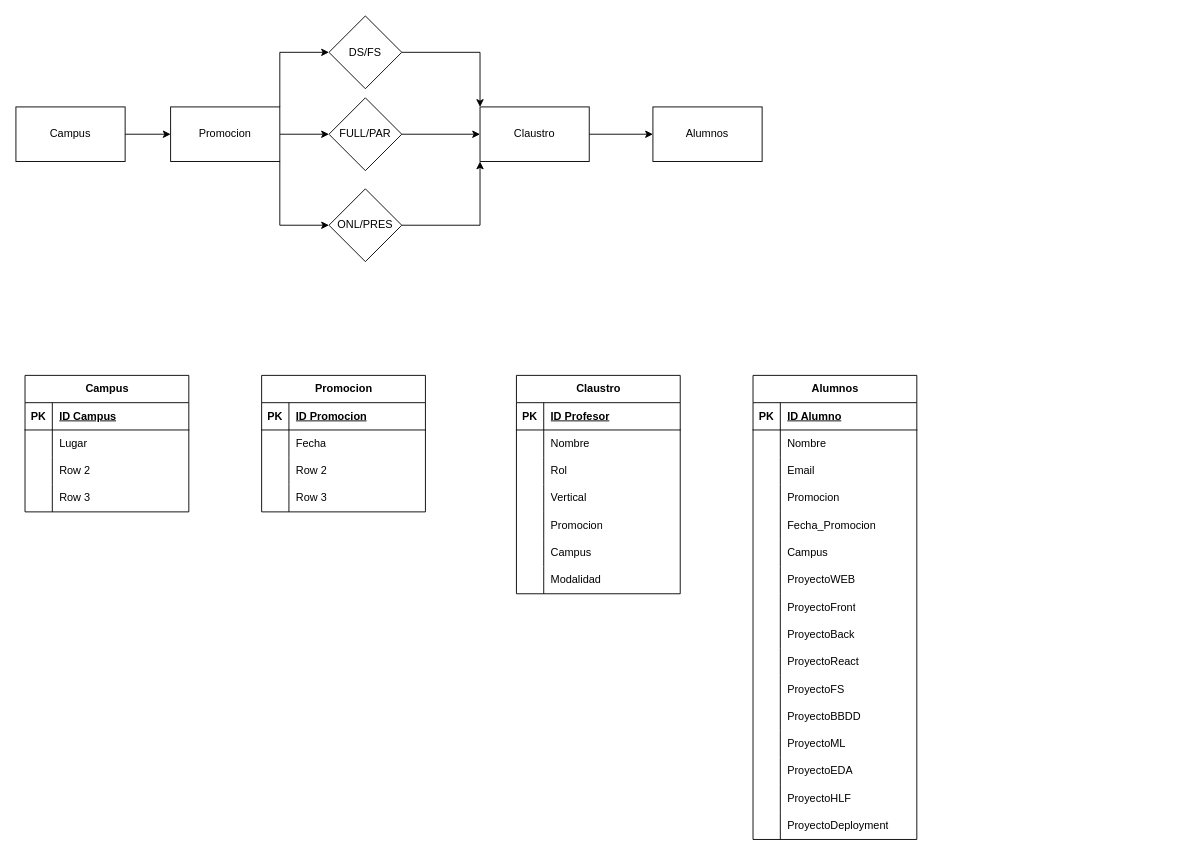
Earlier version of the draw.io diagram Diagrama sin título.drawio (jonha20/ProyectoBBDD). Source tidied: cells renumbered, new cells numbered last; positions are measured from the earlier drawing's top-left corner, leaving out a move shared by most shapes. Both pictures are drawn from the tidied source at 91%, with x=0, y=0 at pixel (15, 15).
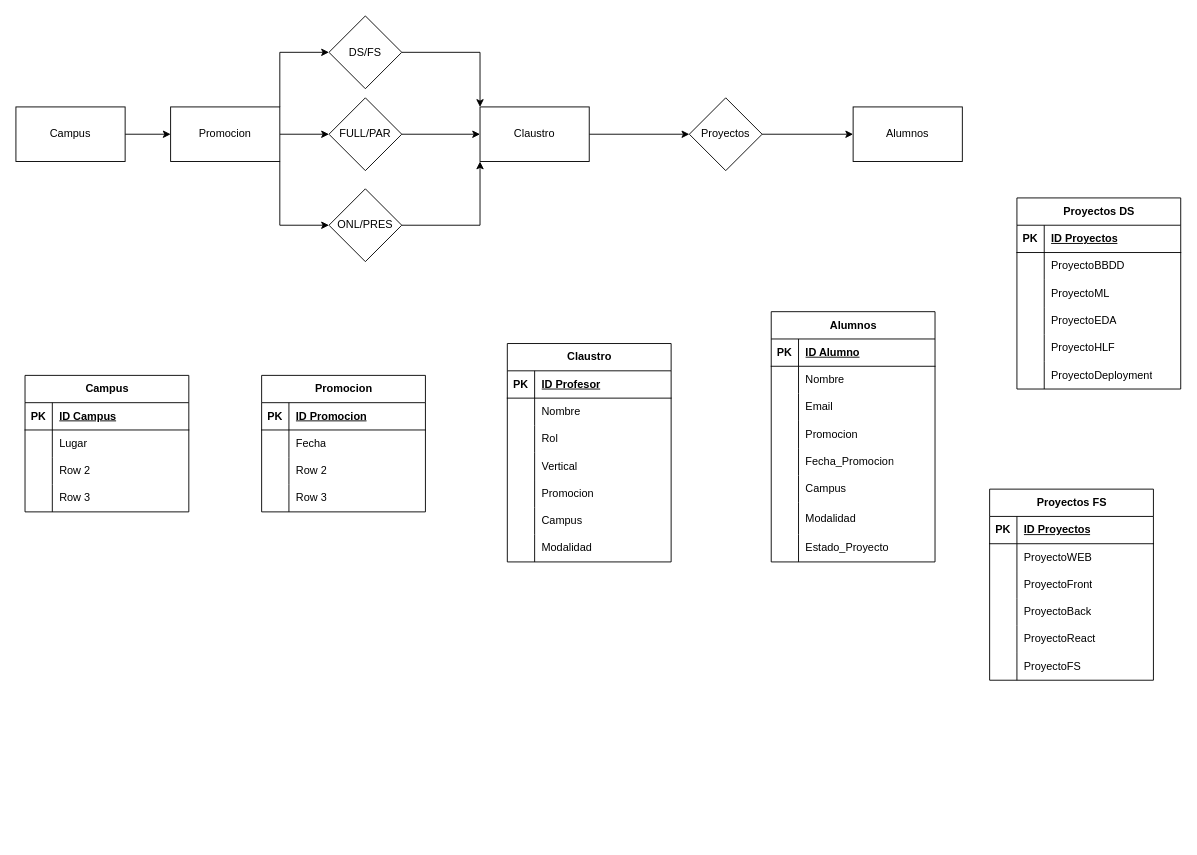
The same page after the edit.

Unchanged cells that the change refers to:
```xml
<mxCell id="5" value="Claustro" style="rounded=0;whiteSpace=wrap;html=1;" parent="1" vertex="1">
  <mxGeometry x="510" y="100" width="120" height="60" as="geometry" />
</mxCell>
```

What changed in the source:
```diff
@@
-    <mxCell id="4" style="edgeStyle=orthogonalEdgeStyle;rounded=0;jettySize=auto;html=1;exitX=1;exitY=0.5;exitDx=0;exitDy=0;entryX=0;entryY=0.5;entryDx=0;entryDy=0;" parent="1" edge="1" source="5" target="6">
-      <mxGeometry relative="1" as="geometry" />
-    </mxCell>
+    <mxCell id="114" style="edgeStyle=orthogonalEdgeStyle;rounded=0;jettySize=auto;html=1;exitX=1;exitY=0.5;exitDx=0;exitDy=0;entryX=0;entryY=0.5;entryDx=0;entryDy=0;" parent="1" edge="1" source="5" target="150">
+      <mxGeometry relative="1" as="geometry" />
+    </mxCell>
@@
     <mxCell id="6" value="Alumnos" style="rounded=0;whiteSpace=wrap;html=1;" parent="1" vertex="1">
-      <mxGeometry x="700" y="100" width="120" height="60" as="geometry" />
+      <mxGeometry x="920" y="100" width="120" height="60" as="geometry" />
     </mxCell>
@@
     <mxCell id="43" value="Claustro" style="shape=table;startSize=30;childLayout=tableLayout;rowLines=0;fontStyle=1;align=center;html=1;" parent="1" vertex="1">
-      <mxGeometry x="550" y="395" width="180" height="240" as="geometry" />
+      <mxGeometry x="540" y="360" width="180" height="240" as="geometry" />
     </mxCell>
@@
+    <mxCell id="115" value="Proyectos FS" style="shape=table;startSize=30;childLayout=tableLayout;rowLines=0;fontStyle=1;align=center;html=1;" parent="1" vertex="1">
+      <mxGeometry x="1070" y="520" width="180" height="210" as="geometry" />
+    </mxCell>
+    <mxCell id="116" style="shape=tableRow;horizontal=0;startSize=0;swimlaneHead=0;swimlaneBody=0;fillColor=none;top=0;left=0;right=0;bottom=1;" parent="115" vertex="1">
+      <mxGeometry y="30" width="180" height="30" as="geometry" />
+    </mxCell>
+    <mxCell id="117" value="PK" style="shape=partialRectangle;fillColor=none;top=0;left=0;bottom=0;right=0;fontStyle=1;overflow=hidden;whiteSpace=wrap;html=1;" parent="116" vertex="1">
+      <mxGeometry width="30" height="30" as="geometry" />
+    </mxCell>
+    <mxCell id="118" value="ID Proyectos" style="shape=partialRectangle;fillColor=none;top=0;left=0;bottom=0;right=0;align=left;spacingLeft=6;fontStyle=5;overflow=hidden;whiteSpace=wrap;html=1;" parent="116" vertex="1">
+      <mxGeometry x="30" width="150" height="30" as="geometry" />
+    </mxCell>
+    <mxCell id="119" style="shape=tableRow;horizontal=0;startSize=0;swimlaneHead=0;swimlaneBody=0;fillColor=none;top=0;left=0;right=0;bottom=0;" parent="115" vertex="1">
+      <mxGeometry y="60" width="180" height="30" as="geometry" />
+    </mxCell>
+    <mxCell id="120" style="shape=partialRectangle;fillColor=none;top=0;left=0;bottom=0;right=0;overflow=hidden;whiteSpace=wrap;html=1;" parent="119" vertex="1">
+      <mxGeometry width="30" height="30" as="geometry" />
+    </mxCell>
+    <mxCell id="86" value="ProyectoWEB" style="shape=partialRectangle;fillColor=none;top=0;left=0;bottom=0;right=0;align=left;spacingLeft=6;overflow=hidden;whiteSpace=wrap;html=1;" parent="119" vertex="1">
+      <mxGeometry x="30" width="150" height="30" as="geometry" />
+    </mxCell>
+    <mxCell id="121" style="shape=tableRow;horizontal=0;startSize=0;swimlaneHead=0;swimlaneBody=0;fillColor=none;top=0;left=0;right=0;bottom=0;" parent="115" vertex="1">
+      <mxGeometry y="90" width="180" height="30" as="geometry" />
+    </mxCell>
+    <mxCell id="122" style="shape=partialRectangle;fillColor=none;top=0;left=0;bottom=0;right=0;overflow=hidden;whiteSpace=wrap;html=1;" parent="121" vertex="1">
+      <mxGeometry width="30" height="30" as="geometry" />
+    </mxCell>
+    <mxCell id="89" value="ProyectoFront" style="shape=partialRectangle;fillColor=none;top=0;left=0;bottom=0;right=0;align=left;spacingLeft=6;overflow=hidden;whiteSpace=wrap;html=1;" parent="121" vertex="1">
+      <mxGeometry x="30" width="150" height="30" as="geometry" />
+    </mxCell>
+    <mxCell id="123" style="shape=tableRow;horizontal=0;startSize=0;swimlaneHead=0;swimlaneBody=0;fillColor=none;top=0;left=0;right=0;bottom=0;" parent="115" vertex="1">
+      <mxGeometry y="120" width="180" height="30" as="geometry" />
+    </mxCell>
+    <mxCell id="124" style="shape=partialRectangle;fillColor=none;top=0;left=0;bottom=0;right=0;overflow=hidden;whiteSpace=wrap;html=1;" parent="123" vertex="1">
+      <mxGeometry width="30" height="30" as="geometry" />
+    </mxCell>
+    <mxCell id="92" value="ProyectoBack" style="shape=partialRectangle;fillColor=none;top=0;left=0;bottom=0;right=0;align=left;spacingLeft=6;overflow=hidden;whiteSpace=wrap;html=1;" parent="123" vertex="1">
+      <mxGeometry x="30" width="150" height="30" as="geometry" />
+    </mxCell>
+    <mxCell id="125" style="shape=tableRow;horizontal=0;startSize=0;swimlaneHead=0;swimlaneBody=0;fillColor=none;top=0;left=0;right=0;bottom=0;" parent="115" vertex="1">
+      <mxGeometry y="150" width="180" height="30" as="geometry" />
+    </mxCell>
+    <mxCell id="126" style="shape=partialRectangle;fillColor=none;top=0;left=0;bottom=0;right=0;overflow=hidden;whiteSpace=wrap;html=1;" parent="125" vertex="1">
+      <mxGeometry width="30" height="30" as="geometry" />
+    </mxCell>
+    <mxCell id="95" value="Proyecto&lt;span style=&quot;color: light-dark(rgb(0, 0, 0), rgb(255, 255, 255)); background-color: transparent;&quot;&gt;React&lt;/span&gt;" style="shape=partialRectangle;fillColor=none;top=0;left=0;bottom=0;right=0;align=left;spacingLeft=6;overflow=hidden;whiteSpace=wrap;html=1;" parent="125" vertex="1">
+      <mxGeometry x="30" width="150" height="30" as="geometry" />
+    </mxCell>
+    <mxCell id="127" style="shape=tableRow;horizontal=0;startSize=0;swimlaneHead=0;swimlaneBody=0;fillColor=none;top=0;left=0;right=0;bottom=0;" parent="115" vertex="1">
+      <mxGeometry y="180" width="180" height="30" as="geometry" />
+    </mxCell>
+    <mxCell id="128" style="shape=partialRectangle;fillColor=none;top=0;left=0;bottom=0;right=0;overflow=hidden;whiteSpace=wrap;html=1;" parent="127" vertex="1">
+      <mxGeometry width="30" height="30" as="geometry" />
+    </mxCell>
+    <mxCell id="98" value="ProyectoFS" style="shape=partialRectangle;fillColor=none;top=0;left=0;bottom=0;right=0;align=left;spacingLeft=6;overflow=hidden;whiteSpace=wrap;html=1;" parent="127" vertex="1">
+      <mxGeometry x="30" width="150" height="30" as="geometry" />
+    </mxCell>
+    <mxCell id="129" value="Proyectos DS" style="shape=table;startSize=30;childLayout=tableLayout;rowLines=0;fontStyle=1;align=center;html=1;" parent="1" vertex="1">
+      <mxGeometry x="1100" y="200" width="180" height="210" as="geometry" />
+    </mxCell>
+    <mxCell id="130" style="shape=tableRow;horizontal=0;startSize=0;swimlaneHead=0;swimlaneBody=0;fillColor=none;top=0;left=0;right=0;bottom=1;" parent="129" vertex="1">
+      <mxGeometry y="30" width="180" height="30" as="geometry" />
+    </mxCell>
+    <mxCell id="131" value="PK" style="shape=partialRectangle;fillColor=none;top=0;left=0;bottom=0;right=0;fontStyle=1;overflow=hidden;whiteSpace=wrap;html=1;" parent="130" vertex="1">
+      <mxGeometry width="30" height="30" as="geometry" />
+    </mxCell>
+    <mxCell id="132" value="ID Proyectos" style="shape=partialRectangle;fillColor=none;top=0;left=0;bottom=0;right=0;align=left;spacingLeft=6;fontStyle=5;overflow=hidden;whiteSpace=wrap;html=1;" parent="130" vertex="1">
+      <mxGeometry x="30" width="150" height="30" as="geometry" />
+    </mxCell>
+    <mxCell id="133" style="shape=tableRow;horizontal=0;startSize=0;swimlaneHead=0;swimlaneBody=0;fillColor=none;top=0;left=0;right=0;bottom=0;" parent="129" vertex="1">
+      <mxGeometry y="60" width="180" height="30" as="geometry" />
+    </mxCell>
+    <mxCell id="134" style="shape=partialRectangle;fillColor=none;top=0;left=0;bottom=0;right=0;overflow=hidden;whiteSpace=wrap;html=1;" parent="133" vertex="1">
+      <mxGeometry width="30" height="30" as="geometry" />
+    </mxCell>
+    <mxCell id="101" value="ProyectoBBDD" style="shape=partialRectangle;fillColor=none;top=0;left=0;bottom=0;right=0;align=left;spacingLeft=6;overflow=hidden;whiteSpace=wrap;html=1;" parent="133" vertex="1">
+      <mxGeometry x="30" width="150" height="30" as="geometry" />
+    </mxCell>
+    <mxCell id="135" style="shape=tableRow;horizontal=0;startSize=0;swimlaneHead=0;swimlaneBody=0;fillColor=none;top=0;left=0;right=0;bottom=0;" parent="129" vertex="1">
+      <mxGeometry y="90" width="180" height="30" as="geometry" />
+    </mxCell>
+    <mxCell id="136" style="shape=partialRectangle;fillColor=none;top=0;left=0;bottom=0;right=0;overflow=hidden;whiteSpace=wrap;html=1;" parent="135" vertex="1">
+      <mxGeometry width="30" height="30" as="geometry" />
+    </mxCell>
+    <mxCell id="104" value="ProyectoML" style="shape=partialRectangle;fillColor=none;top=0;left=0;bottom=0;right=0;align=left;spacingLeft=6;overflow=hidden;whiteSpace=wrap;html=1;" parent="135" vertex="1">
+      <mxGeometry x="30" width="150" height="30" as="geometry" />
+    </mxCell>
+    <mxCell id="137" style="shape=tableRow;horizontal=0;startSize=0;swimlaneHead=0;swimlaneBody=0;fillColor=none;top=0;left=0;right=0;bottom=0;" parent="129" vertex="1">
+      <mxGeometry y="120" width="180" height="30" as="geometry" />
+    </mxCell>
+    <mxCell id="138" style="shape=partialRectangle;fillColor=none;top=0;left=0;bottom=0;right=0;overflow=hidden;whiteSpace=wrap;html=1;" parent="137" vertex="1">
+      <mxGeometry width="30" height="30" as="geometry" />
+    </mxCell>
+    <mxCell id="107" value="ProyectoEDA" style="shape=partialRectangle;fillColor=none;top=0;left=0;bottom=0;right=0;align=left;spacingLeft=6;overflow=hidden;whiteSpace=wrap;html=1;" parent="137" vertex="1">
+      <mxGeometry x="30" width="150" height="30" as="geometry" />
+    </mxCell>
+    <mxCell id="139" style="shape=tableRow;horizontal=0;startSize=0;swimlaneHead=0;swimlaneBody=0;fillColor=none;top=0;left=0;right=0;bottom=0;" parent="129" vertex="1">
+      <mxGeometry y="150" width="180" height="30" as="geometry" />
+    </mxCell>
+    <mxCell id="140" style="shape=partialRectangle;fillColor=none;top=0;left=0;bottom=0;right=0;overflow=hidden;whiteSpace=wrap;html=1;" parent="139" vertex="1">
+      <mxGeometry width="30" height="30" as="geometry" />
+    </mxCell>
+    <mxCell id="110" value="ProyectoHLF" style="shape=partialRectangle;fillColor=none;top=0;left=0;bottom=0;right=0;align=left;spacingLeft=6;overflow=hidden;whiteSpace=wrap;html=1;" parent="139" vertex="1">
+      <mxGeometry x="30" width="150" height="30" as="geometry" />
+    </mxCell>
+    <mxCell id="141" style="shape=tableRow;horizontal=0;startSize=0;swimlaneHead=0;swimlaneBody=0;fillColor=none;top=0;left=0;right=0;bottom=0;" parent="129" vertex="1">
+      <mxGeometry y="180" width="180" height="30" as="geometry" />
+    </mxCell>
+    <mxCell id="142" style="shape=partialRectangle;fillColor=none;top=0;left=0;bottom=0;right=0;overflow=hidden;whiteSpace=wrap;html=1;" parent="141" vertex="1">
+      <mxGeometry width="30" height="30" as="geometry" />
+    </mxCell>
+    <mxCell id="113" value="ProyectoDeployment" style="shape=partialRectangle;fillColor=none;top=0;left=0;bottom=0;right=0;align=left;spacingLeft=6;overflow=hidden;whiteSpace=wrap;html=1;" parent="141" vertex="1">
+      <mxGeometry x="30" width="150" height="30" as="geometry" />
+    </mxCell>
     <mxCell id="65" value="Alumnos" style="shape=table;startSize=30;childLayout=tableLayout;rowLines=0;fontStyle=1;align=center;html=1;" parent="1" vertex="1">
-      <mxGeometry x="810" y="395" width="180" height="510" as="geometry" />
+      <mxGeometry x="830" y="325" width="180" height="275" as="geometry" />
     </mxCell>
@@
-    <mxCell id="84" style="shape=tableRow;horizontal=0;startSize=0;swimlaneHead=0;swimlaneBody=0;fillColor=none;top=0;left=0;right=0;bottom=0;" parent="65" vertex="1">
-      <mxGeometry y="210" width="180" height="30" as="geometry" />
-    </mxCell>
-    <mxCell id="85" style="shape=partialRectangle;fillColor=none;top=0;left=0;bottom=0;right=0;overflow=hidden;whiteSpace=wrap;html=1;" parent="84" vertex="1">
-      <mxGeometry width="30" height="30" as="geometry" />
-    </mxCell>
-    <mxCell id="86" value="ProyectoWEB" style="shape=partialRectangle;fillColor=none;top=0;left=0;bottom=0;right=0;align=left;spacingLeft=6;overflow=hidden;whiteSpace=wrap;html=1;" parent="84" vertex="1">
-      <mxGeometry x="30" width="150" height="30" as="geometry" />
-    </mxCell>
-    <mxCell id="87" style="shape=tableRow;horizontal=0;startSize=0;swimlaneHead=0;swimlaneBody=0;fillColor=none;top=0;left=0;right=0;bottom=0;" parent="65" vertex="1">
-      <mxGeometry y="240" width="180" height="30" as="geometry" />
-    </mxCell>
-    <mxCell id="88" style="shape=partialRectangle;fillColor=none;top=0;left=0;bottom=0;right=0;overflow=hidden;whiteSpace=wrap;html=1;" parent="87" vertex="1">
-      <mxGeometry width="30" height="30" as="geometry" />
-    </mxCell>
-    <mxCell id="89" value="ProyectoFront" style="shape=partialRectangle;fillColor=none;top=0;left=0;bottom=0;right=0;align=left;spacingLeft=6;overflow=hidden;whiteSpace=wrap;html=1;" parent="87" vertex="1">
-      <mxGeometry x="30" width="150" height="30" as="geometry" />
-    </mxCell>
-    <mxCell id="90" style="shape=tableRow;horizontal=0;startSize=0;swimlaneHead=0;swimlaneBody=0;fillColor=none;top=0;left=0;right=0;bottom=0;" parent="65" vertex="1">
-      <mxGeometry y="270" width="180" height="30" as="geometry" />
-    </mxCell>
-    <mxCell id="91" style="shape=partialRectangle;fillColor=none;top=0;left=0;bottom=0;right=0;overflow=hidden;whiteSpace=wrap;html=1;" parent="90" vertex="1">
-      <mxGeometry width="30" height="30" as="geometry" />
-    </mxCell>
-    <mxCell id="92" value="ProyectoBack" style="shape=partialRectangle;fillColor=none;top=0;left=0;bottom=0;right=0;align=left;spacingLeft=6;overflow=hidden;whiteSpace=wrap;html=1;" parent="90" vertex="1">
-      <mxGeometry x="30" width="150" height="30" as="geometry" />
-    </mxCell>
-    <mxCell id="93" style="shape=tableRow;horizontal=0;startSize=0;swimlaneHead=0;swimlaneBody=0;fillColor=none;top=0;left=0;right=0;bottom=0;" parent="65" vertex="1">
-      <mxGeometry y="300" width="180" height="30" as="geometry" />
-    </mxCell>
-    <mxCell id="94" style="shape=partialRectangle;fillColor=none;top=0;left=0;bottom=0;right=0;overflow=hidden;whiteSpace=wrap;html=1;" parent="93" vertex="1">
-      <mxGeometry width="30" height="30" as="geometry" />
-    </mxCell>
-    <mxCell id="95" value="Proyecto&lt;span style=&quot;background-color: transparent; color: light-dark(rgb(0, 0, 0), rgb(255, 255, 255));&quot;&gt;React&lt;/span&gt;" style="shape=partialRectangle;fillColor=none;top=0;left=0;bottom=0;right=0;align=left;spacingLeft=6;overflow=hidden;whiteSpace=wrap;html=1;" parent="93" vertex="1">
-      <mxGeometry x="30" width="150" height="30" as="geometry" />
-    </mxCell>
-    <mxCell id="96" style="shape=tableRow;horizontal=0;startSize=0;swimlaneHead=0;swimlaneBody=0;fillColor=none;top=0;left=0;right=0;bottom=0;" parent="65" vertex="1">
-      <mxGeometry y="330" width="180" height="30" as="geometry" />
-    </mxCell>
-    <mxCell id="97" style="shape=partialRectangle;fillColor=none;top=0;left=0;bottom=0;right=0;overflow=hidden;whiteSpace=wrap;html=1;" parent="96" vertex="1">
-      <mxGeometry width="30" height="30" as="geometry" />
-    </mxCell>
-    <mxCell id="98" value="ProyectoFS" style="shape=partialRectangle;fillColor=none;top=0;left=0;bottom=0;right=0;align=left;spacingLeft=6;overflow=hidden;whiteSpace=wrap;html=1;" parent="96" vertex="1">
-      <mxGeometry x="30" width="150" height="30" as="geometry" />
-    </mxCell>
-    <mxCell id="99" style="shape=tableRow;horizontal=0;startSize=0;swimlaneHead=0;swimlaneBody=0;fillColor=none;top=0;left=0;right=0;bottom=0;" parent="65" vertex="1">
-      <mxGeometry y="360" width="180" height="30" as="geometry" />
-    </mxCell>
-    <mxCell id="100" style="shape=partialRectangle;fillColor=none;top=0;left=0;bottom=0;right=0;overflow=hidden;whiteSpace=wrap;html=1;" parent="99" vertex="1">
-      <mxGeometry width="30" height="30" as="geometry" />
-    </mxCell>
-    <mxCell id="101" value="ProyectoBBDD" style="shape=partialRectangle;fillColor=none;top=0;left=0;bottom=0;right=0;align=left;spacingLeft=6;overflow=hidden;whiteSpace=wrap;html=1;" parent="99" vertex="1">
-      <mxGeometry x="30" width="150" height="30" as="geometry" />
-    </mxCell>
-    <mxCell id="102" style="shape=tableRow;horizontal=0;startSize=0;swimlaneHead=0;swimlaneBody=0;fillColor=none;top=0;left=0;right=0;bottom=0;" parent="65" vertex="1">
-      <mxGeometry y="390" width="180" height="30" as="geometry" />
-    </mxCell>
-    <mxCell id="103" style="shape=partialRectangle;fillColor=none;top=0;left=0;bottom=0;right=0;overflow=hidden;whiteSpace=wrap;html=1;" parent="102" vertex="1">
-      <mxGeometry width="30" height="30" as="geometry" />
-    </mxCell>
-    <mxCell id="104" value="ProyectoML" style="shape=partialRectangle;fillColor=none;top=0;left=0;bottom=0;right=0;align=left;spacingLeft=6;overflow=hidden;whiteSpace=wrap;html=1;" parent="102" vertex="1">
-      <mxGeometry x="30" width="150" height="30" as="geometry" />
-    </mxCell>
-    <mxCell id="105" style="shape=tableRow;horizontal=0;startSize=0;swimlaneHead=0;swimlaneBody=0;fillColor=none;top=0;left=0;right=0;bottom=0;" parent="65" vertex="1">
-      <mxGeometry y="420" width="180" height="30" as="geometry" />
-    </mxCell>
-    <mxCell id="106" style="shape=partialRectangle;fillColor=none;top=0;left=0;bottom=0;right=0;overflow=hidden;whiteSpace=wrap;html=1;" parent="105" vertex="1">
-      <mxGeometry width="30" height="30" as="geometry" />
-    </mxCell>
-    <mxCell id="107" value="ProyectoEDA" style="shape=partialRectangle;fillColor=none;top=0;left=0;bottom=0;right=0;align=left;spacingLeft=6;overflow=hidden;whiteSpace=wrap;html=1;" parent="105" vertex="1">
-      <mxGeometry x="30" width="150" height="30" as="geometry" />
-    </mxCell>
-    <mxCell id="108" style="shape=tableRow;horizontal=0;startSize=0;swimlaneHead=0;swimlaneBody=0;fillColor=none;top=0;left=0;right=0;bottom=0;" parent="65" vertex="1">
-      <mxGeometry y="450" width="180" height="30" as="geometry" />
-    </mxCell>
-    <mxCell id="109" style="shape=partialRectangle;fillColor=none;top=0;left=0;bottom=0;right=0;overflow=hidden;whiteSpace=wrap;html=1;" parent="108" vertex="1">
-      <mxGeometry width="30" height="30" as="geometry" />
-    </mxCell>
-    <mxCell id="110" value="ProyectoHLF" style="shape=partialRectangle;fillColor=none;top=0;left=0;bottom=0;right=0;align=left;spacingLeft=6;overflow=hidden;whiteSpace=wrap;html=1;" parent="108" vertex="1">
-      <mxGeometry x="30" width="150" height="30" as="geometry" />
-    </mxCell>
-    <mxCell id="111" style="shape=tableRow;horizontal=0;startSize=0;swimlaneHead=0;swimlaneBody=0;fillColor=none;top=0;left=0;right=0;bottom=0;" parent="65" vertex="1">
-      <mxGeometry y="480" width="180" height="30" as="geometry" />
-    </mxCell>
-    <mxCell id="112" style="shape=partialRectangle;fillColor=none;top=0;left=0;bottom=0;right=0;overflow=hidden;whiteSpace=wrap;html=1;" parent="111" vertex="1">
-      <mxGeometry width="30" height="30" as="geometry" />
-    </mxCell>
-    <mxCell id="113" value="ProyectoDeployment" style="shape=partialRectangle;fillColor=none;top=0;left=0;bottom=0;right=0;align=left;spacingLeft=6;overflow=hidden;whiteSpace=wrap;html=1;" parent="111" vertex="1">
-      <mxGeometry x="30" width="150" height="30" as="geometry" />
-    </mxCell>
+    <mxCell id="143" style="shape=tableRow;horizontal=0;startSize=0;swimlaneHead=0;swimlaneBody=0;fillColor=none;top=0;left=0;right=0;bottom=0;" parent="65" vertex="1">
+      <mxGeometry y="210" width="180" height="35" as="geometry" />
+    </mxCell>
+    <mxCell id="144" style="shape=partialRectangle;fillColor=none;top=0;left=0;bottom=0;right=0;overflow=hidden;whiteSpace=wrap;html=1;" parent="143" vertex="1">
+      <mxGeometry width="30" height="35" as="geometry" />
+    </mxCell>
+    <mxCell id="145" value="Modalidad" style="shape=partialRectangle;fillColor=none;top=0;left=0;bottom=0;right=0;align=left;spacingLeft=6;overflow=hidden;whiteSpace=wrap;html=1;" parent="143" vertex="1">
+      <mxGeometry x="30" width="150" height="35" as="geometry" />
+    </mxCell>
+    <mxCell id="146" style="shape=tableRow;horizontal=0;startSize=0;swimlaneHead=0;swimlaneBody=0;fillColor=none;top=0;left=0;right=0;bottom=0;" parent="65" vertex="1">
+      <mxGeometry y="245" width="180" height="30" as="geometry" />
+    </mxCell>
+    <mxCell id="147" style="shape=partialRectangle;fillColor=none;top=0;left=0;bottom=0;right=0;overflow=hidden;whiteSpace=wrap;html=1;" parent="146" vertex="1">
+      <mxGeometry width="30" height="30" as="geometry" />
+    </mxCell>
+    <mxCell id="148" value="Estado_Proyecto" style="shape=partialRectangle;fillColor=none;top=0;left=0;bottom=0;right=0;align=left;spacingLeft=6;overflow=hidden;whiteSpace=wrap;html=1;" parent="146" vertex="1">
+      <mxGeometry x="30" width="150" height="30" as="geometry" />
+    </mxCell>
+    <mxCell id="149" style="edgeStyle=orthogonalEdgeStyle;rounded=0;jettySize=auto;html=1;exitX=1;exitY=0.5;exitDx=0;exitDy=0;" parent="1" edge="1" source="150" target="6">
+      <mxGeometry relative="1" as="geometry" />
+    </mxCell>
+    <mxCell id="150" value="Proyectos" style="rhombus;whiteSpace=wrap;html=1;" parent="1" vertex="1">
+      <mxGeometry x="740" y="90" width="80" height="80" as="geometry" />
+    </mxCell>
```
